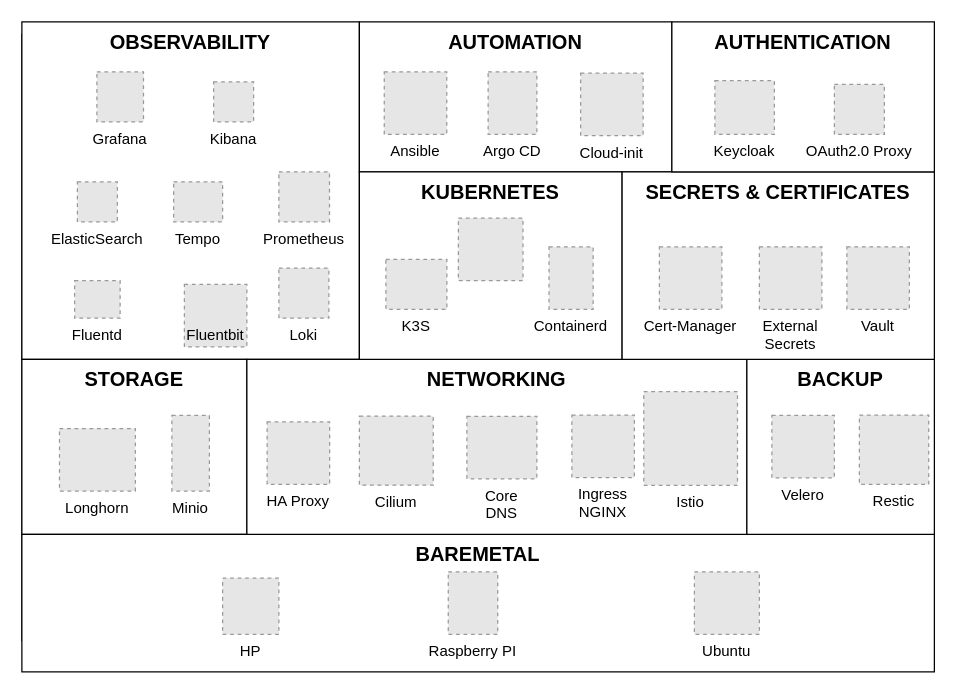
Before: design/picluster-stack.drawio in ricsanfre/pi-cluster, a draw.io diagram. Source tidied: cells renumbered, new cells numbered last; positions are measured from the earlier drawing's top-left corner, leaving out a move shared by most shapes. Both pictures are drawn from the tidied source at 125%, with x=0, y=0 at pixel (21, 21). Pictures stored in the file or linked from it are replaced by grey dashed boxes.
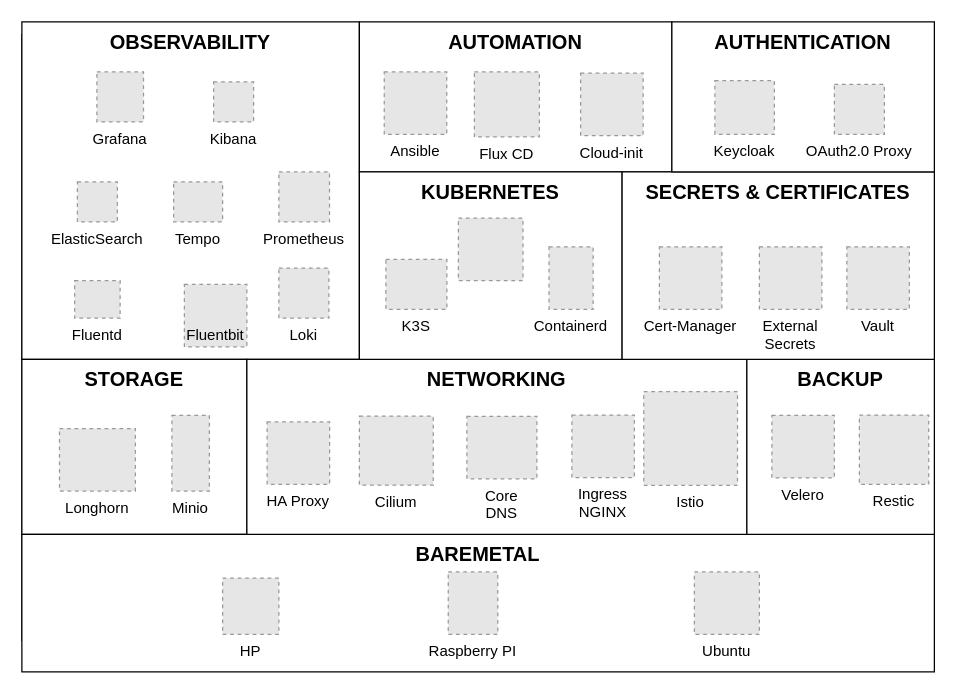
After the change.

What changed in the source:
```diff
@@
-    <mxCell id="27" value="Argo CD" style="fillColor=#E6E6E6;strokeColor=#999999;dashed=1;verticalLabelPosition=bottom;verticalAlign=top;" parent="1" vertex="1">
-      <mxGeometry x="373" y="40" width="39" height="50" as="geometry" />
-    </mxCell>
@@
+    <mxCell id="43" value="Flux CD" style="fillColor=#E6E6E6;strokeColor=#999999;dashed=1;verticalLabelPosition=bottom;labelBackgroundColor=default;verticalAlign=top;" parent="1" vertex="1">
+      <mxGeometry x="362" y="40" width="52" height="52" as="geometry" />
+    </mxCell>
```
